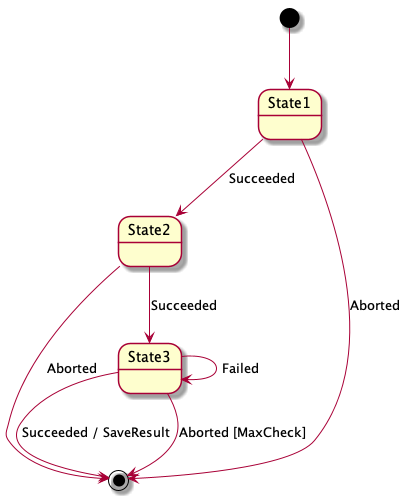
Above: test1.png in marrbor/go-state-machine (PlantUML), before the change. Source of this version:
```plantuml
@startuml

[*] --> State1
State1 --> State2 : Succeeded
State1 --> [*] : Aborted
State2 --> State3 : Succeeded
State2 --> [*] : Aborted
State3 --> [*] : Succeeded / SaveResult
State3 --> [*] : Aborted [MaxCheck]
State3 --> State3 : Failed
@enduml
```
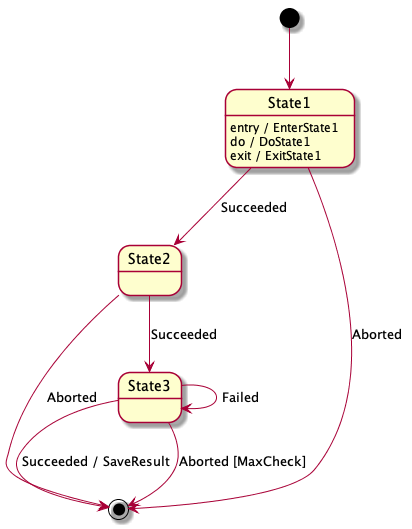
The same file after the commit.

Change to the diagram source:
```diff
@@ -1,8 +1,10 @@
 @startuml
-
 [*] --> State1
 State1 --> State2 : Succeeded
 State1 --> [*] : Aborted
+State1 : entry / EnterState1
+State1 : do / DoState1
+State1 : exit / ExitState1
 State2 --> State3 : Succeeded
 State2 --> [*] : Aborted
 State3 --> [*] : Succeeded / SaveResult
```
